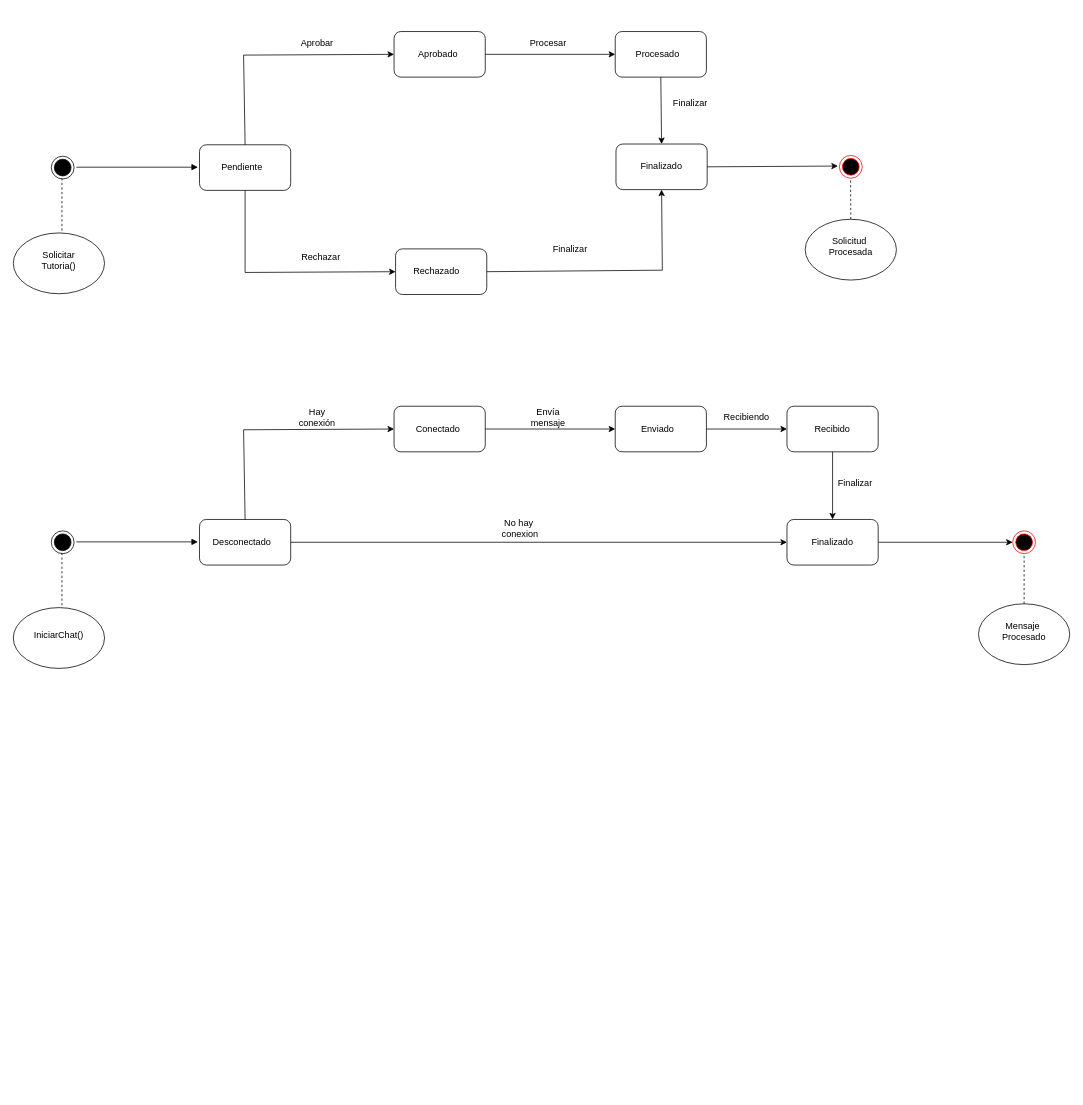
Earlier version of the draw.io diagram DIAGRAMA DE ESTADO!.drawio (TP-SE1/TP_SOS-UC). Source tidied: cells renumbered, new cells numbered last; positions are measured from the earlier drawing's top-left corner, leaving out a move shared by most shapes. Both pictures are drawn from the tidied source at 76%, with x=0, y=0 at pixel (13, 31).
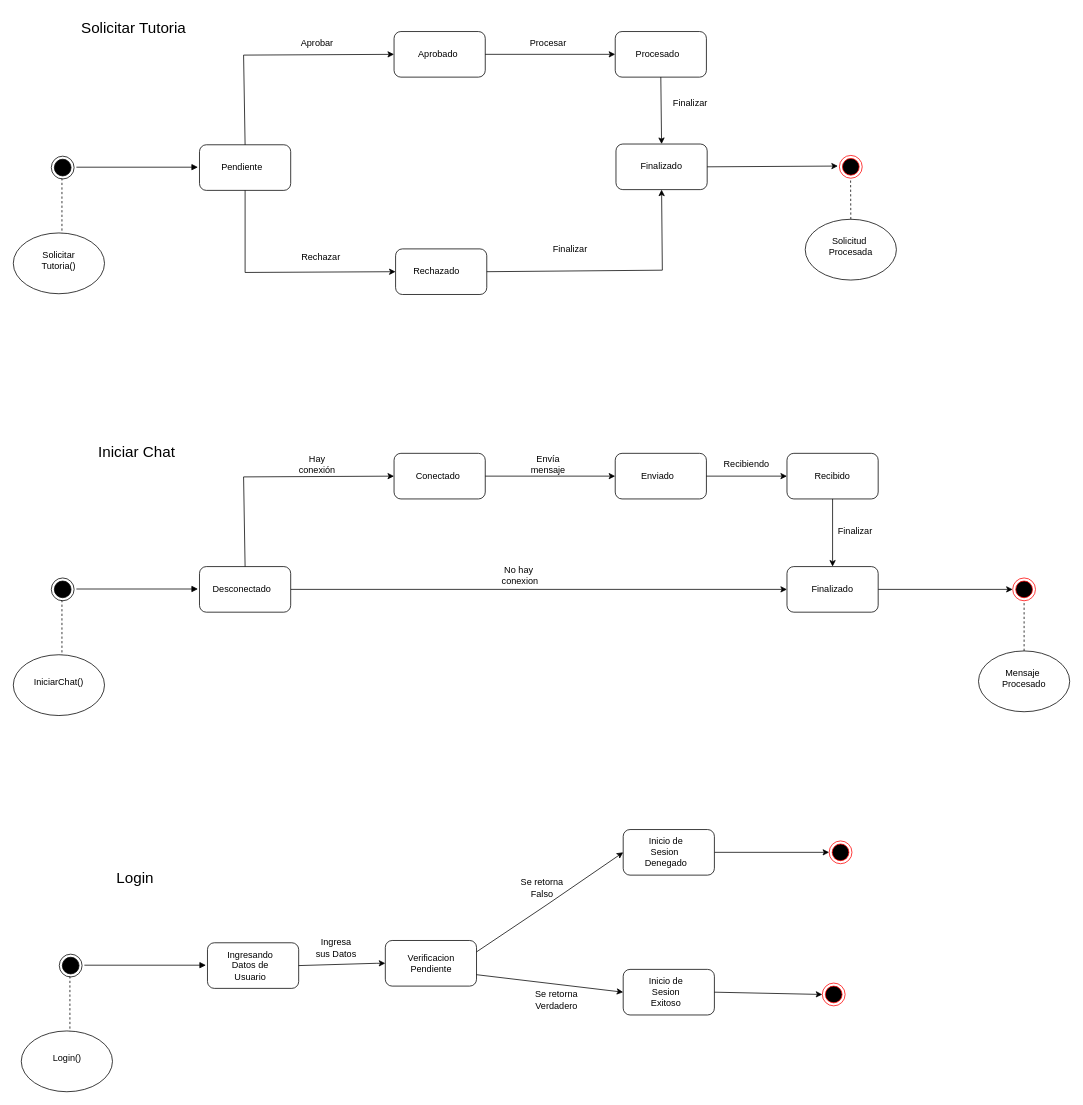
The same diagram, later.

Change to the diagram source:
```diff
@@
     <mxCell id="33" style="rounded=1;whiteSpace=wrap;html=1;" parent="1" vertex="1">
-      <mxGeometry x="245" y="642" width="120" height="60" as="geometry" />
+      <mxGeometry x="245" y="704" width="120" height="60" as="geometry" />
     </mxCell>
     <mxCell id="34" style="endArrow=none;dashed=1;html=1;rounded=0;" parent="1" edge="1">
       <mxGeometry relative="1" as="geometry">
-        <mxPoint x="64" y="761" as="sourcePoint" />
-        <mxPoint x="64" y="683" as="targetPoint" />
+        <mxPoint x="64" y="823" as="sourcePoint" />
+        <mxPoint x="64" y="745" as="targetPoint" />
       </mxGeometry>
     </mxCell>
     <mxCell id="35" style="ellipse;whiteSpace=wrap;html=1;" parent="1" vertex="1">
-      <mxGeometry y="758" width="120" height="80" as="geometry" />
+      <mxGeometry y="820" width="120" height="80" as="geometry" />
     </mxCell>
     <mxCell id="36" value="IniciarChat()" style="text;html=1;strokeColor=none;fillColor=none;align=center;verticalAlign=middle;whiteSpace=wrap;rounded=0;" parent="1" vertex="1">
-      <mxGeometry x="30" y="779" width="60" height="30" as="geometry" />
+      <mxGeometry x="30" y="841" width="60" height="30" as="geometry" />
     </mxCell>
     <mxCell id="37" style="ellipse;html=1;shape=endState;fillColor=#000000;strokeColor=#000000;" parent="1" vertex="1">
-      <mxGeometry x="50" y="657" width="30" height="30" as="geometry" />
+      <mxGeometry x="50" y="719" width="30" height="30" as="geometry" />
     </mxCell>
     <mxCell id="38" style="endArrow=block;endFill=1;html=1;edgeStyle=orthogonalEdgeStyle;align=left;verticalAlign=top;rounded=0;" parent="1" edge="1">
       <mxGeometry x="-1" relative="1" as="geometry">
-        <mxPoint x="83" y="671.5" as="sourcePoint" />
-        <mxPoint x="243" y="671.5" as="targetPoint" />
+        <mxPoint x="83" y="733.5" as="sourcePoint" />
+        <mxPoint x="243" y="733.5" as="targetPoint" />
       </mxGeometry>
     </mxCell>
     <mxCell id="39" value="Desconectado" style="text;html=1;strokeColor=none;fillColor=none;align=center;verticalAlign=middle;whiteSpace=wrap;rounded=0;" parent="1" vertex="1">
-      <mxGeometry x="271" y="657" width="60" height="30" as="geometry" />
+      <mxGeometry x="271" y="719" width="60" height="30" as="geometry" />
     </mxCell>
     <mxCell id="40" style="rounded=1;whiteSpace=wrap;html=1;" parent="1" vertex="1">
-      <mxGeometry x="501" y="493" width="120" height="60" as="geometry" />
+      <mxGeometry x="501" y="555" width="120" height="60" as="geometry" />
     </mxCell>
     <mxCell id="41" style="endArrow=classic;html=1;rounded=0;exitX=0.5;exitY=0;exitDx=0;exitDy=0;entryX=0;entryY=0.5;entryDx=0;entryDy=0;" parent="1" edge="1" source="33" target="40">
       <mxGeometry relative="1" as="geometry">
         <Array as="points">
-          <mxPoint x="303" y="524" />
+          <mxPoint x="303" y="586" />
         </Array>
       </mxGeometry>
     </mxCell>
     <mxCell id="42" value="Hay conexión" style="text;html=1;strokeColor=none;fillColor=none;align=center;verticalAlign=middle;whiteSpace=wrap;rounded=0;" parent="1" vertex="1">
-      <mxGeometry x="370" y="493" width="60" height="30" as="geometry" />
+      <mxGeometry x="370" y="555" width="60" height="30" as="geometry" />
     </mxCell>
     <mxCell id="43" value="No hay&amp;nbsp;&lt;br&gt;conexion" style="text;html=1;strokeColor=none;fillColor=none;align=center;verticalAlign=middle;whiteSpace=wrap;rounded=0;" parent="1" vertex="1">
-      <mxGeometry x="637" y="639" width="60" height="30" as="geometry" />
+      <mxGeometry x="637" y="701" width="60" height="30" as="geometry" />
     </mxCell>
     <mxCell id="44" value="Conectado" style="text;html=1;strokeColor=none;fillColor=none;align=center;verticalAlign=middle;whiteSpace=wrap;rounded=0;" parent="1" vertex="1">
-      <mxGeometry x="529" y="508" width="60" height="30" as="geometry" />
+      <mxGeometry x="529" y="570" width="60" height="30" as="geometry" />
     </mxCell>
     <mxCell id="45" style="rounded=1;whiteSpace=wrap;html=1;" parent="1" vertex="1">
-      <mxGeometry x="792" y="493" width="120" height="60" as="geometry" />
+      <mxGeometry x="792" y="555" width="120" height="60" as="geometry" />
     </mxCell>
@@
     <mxCell id="47" value="Enviado" style="text;html=1;strokeColor=none;fillColor=none;align=center;verticalAlign=middle;whiteSpace=wrap;rounded=0;" parent="1" vertex="1">
-      <mxGeometry x="818" y="508" width="60" height="30" as="geometry" />
+      <mxGeometry x="818" y="570" width="60" height="30" as="geometry" />
     </mxCell>
     <mxCell id="48" style="rounded=1;whiteSpace=wrap;html=1;" parent="1" vertex="1">
-      <mxGeometry x="1018" y="493" width="120" height="60" as="geometry" />
+      <mxGeometry x="1018" y="555" width="120" height="60" as="geometry" />
     </mxCell>
@@
     <mxCell id="50" value="Recibido" style="text;html=1;strokeColor=none;fillColor=none;align=center;verticalAlign=middle;whiteSpace=wrap;rounded=0;" parent="1" vertex="1">
-      <mxGeometry x="1048" y="508" width="60" height="30" as="geometry" />
+      <mxGeometry x="1048" y="570" width="60" height="30" as="geometry" />
     </mxCell>
     <mxCell id="51" value="Recibiendo" style="text;html=1;strokeColor=none;fillColor=none;align=center;verticalAlign=middle;whiteSpace=wrap;rounded=0;" parent="1" vertex="1">
-      <mxGeometry x="935" y="493" width="60" height="30" as="geometry" />
+      <mxGeometry x="935" y="555" width="60" height="30" as="geometry" />
     </mxCell>
     <mxCell id="52" value="Envía mensaje" style="text;html=1;strokeColor=none;fillColor=none;align=center;verticalAlign=middle;whiteSpace=wrap;rounded=0;" parent="1" vertex="1">
-      <mxGeometry x="674" y="493" width="60" height="30" as="geometry" />
+      <mxGeometry x="674" y="555" width="60" height="30" as="geometry" />
     </mxCell>
     <mxCell id="53" value="Finalizar" style="text;html=1;strokeColor=none;fillColor=none;align=center;verticalAlign=middle;whiteSpace=wrap;rounded=0;" parent="1" vertex="1">
-      <mxGeometry x="1078" y="580" width="60" height="30" as="geometry" />
+      <mxGeometry x="1078" y="642" width="60" height="30" as="geometry" />
     </mxCell>
@@
     <mxCell id="56" style="rounded=1;whiteSpace=wrap;html=1;" parent="1" vertex="1">
-      <mxGeometry x="1018" y="642" width="120" height="60" as="geometry" />
+      <mxGeometry x="1018" y="704" width="120" height="60" as="geometry" />
     </mxCell>
     <mxCell id="57" value="Finalizado" style="text;html=1;strokeColor=none;fillColor=none;align=center;verticalAlign=middle;whiteSpace=wrap;rounded=0;" parent="1" vertex="1">
-      <mxGeometry x="1048" y="657" width="60" height="30" as="geometry" />
+      <mxGeometry x="1048" y="719" width="60" height="30" as="geometry" />
     </mxCell>
     <mxCell id="58" style="ellipse;whiteSpace=wrap;html=1;" parent="1" vertex="1">
-      <mxGeometry x="1270" y="753" width="120" height="80" as="geometry" />
+      <mxGeometry x="1270" y="815" width="120" height="80" as="geometry" />
     </mxCell>
     <mxCell id="59" style="ellipse;html=1;shape=endState;fillColor=#000000;strokeColor=#ff0000;" parent="1" vertex="1">
-      <mxGeometry x="1315" y="657" width="30" height="30" as="geometry" />
+      <mxGeometry x="1315" y="719" width="30" height="30" as="geometry" />
     </mxCell>
     <mxCell id="60" style="endArrow=none;dashed=1;html=1;rounded=0;entryX=0.5;entryY=1;entryDx=0;entryDy=0;" parent="1" edge="1" target="59">
       <mxGeometry relative="1" as="geometry">
-        <mxPoint x="1330" y="753" as="sourcePoint" />
+        <mxPoint x="1330" y="815" as="sourcePoint" />
       </mxGeometry>
     </mxCell>
     <mxCell id="61" value="Mensaje&amp;nbsp;&lt;br&gt;Procesado" style="text;html=1;strokeColor=none;fillColor=none;align=center;verticalAlign=middle;whiteSpace=wrap;rounded=0;" parent="1" vertex="1">
-      <mxGeometry x="1300" y="774" width="60" height="30" as="geometry" />
+      <mxGeometry x="1300" y="836" width="60" height="30" as="geometry" />
     </mxCell>
+    <mxCell id="62" style="rounded=1;whiteSpace=wrap;html=1;" parent="1" vertex="1">
+      <mxGeometry x="255.5" y="1199" width="120" height="60" as="geometry" />
+    </mxCell>
+    <mxCell id="63" style="endArrow=none;dashed=1;html=1;rounded=0;" parent="1" edge="1">
+      <mxGeometry relative="1" as="geometry">
+        <mxPoint x="74.5" y="1318" as="sourcePoint" />
+        <mxPoint x="74.5" y="1240" as="targetPoint" />
+      </mxGeometry>
+    </mxCell>
+    <mxCell id="64" style="ellipse;whiteSpace=wrap;html=1;" parent="1" vertex="1">
+      <mxGeometry x="10.5" y="1315" width="120" height="80" as="geometry" />
+    </mxCell>
+    <mxCell id="65" value="Login()" style="text;html=1;strokeColor=none;fillColor=none;align=center;verticalAlign=middle;whiteSpace=wrap;rounded=0;" parent="1" vertex="1">
+      <mxGeometry x="40.5" y="1336" width="60" height="30" as="geometry" />
+    </mxCell>
+    <mxCell id="66" style="ellipse;html=1;shape=endState;fillColor=#000000;strokeColor=#000000;" parent="1" vertex="1">
+      <mxGeometry x="60.5" y="1214" width="30" height="30" as="geometry" />
+    </mxCell>
+    <mxCell id="67" style="endArrow=block;endFill=1;html=1;edgeStyle=orthogonalEdgeStyle;align=left;verticalAlign=top;rounded=0;" parent="1" edge="1">
+      <mxGeometry x="-1" relative="1" as="geometry">
+        <mxPoint x="93.5" y="1228.5" as="sourcePoint" />
+        <mxPoint x="253.5" y="1228.5" as="targetPoint" />
+      </mxGeometry>
+    </mxCell>
+    <mxCell id="68" value="Ingresando Datos de Usuario" style="text;html=1;strokeColor=none;fillColor=none;align=center;verticalAlign=middle;whiteSpace=wrap;rounded=0;" parent="1" vertex="1">
+      <mxGeometry x="281.5" y="1214" width="60" height="30" as="geometry" />
+    </mxCell>
+    <mxCell id="69" style="rounded=1;whiteSpace=wrap;html=1;" parent="1" vertex="1">
+      <mxGeometry x="489.5" y="1196" width="120" height="60" as="geometry" />
+    </mxCell>
+    <mxCell id="70" style="endArrow=classic;html=1;rounded=0;exitX=1;exitY=0.5;exitDx=0;exitDy=0;entryX=0;entryY=0.5;entryDx=0;entryDy=0;" parent="1" edge="1" source="62" target="69">
+      <mxGeometry relative="1" as="geometry">
+        <Array as="points">
+          <mxPoint x="477.5" y="1226" />
+        </Array>
+      </mxGeometry>
+    </mxCell>
+    <mxCell id="71" value="Ingresa sus Datos" style="text;html=1;strokeColor=none;fillColor=none;align=center;verticalAlign=middle;whiteSpace=wrap;rounded=0;" parent="1" vertex="1">
+      <mxGeometry x="394.5" y="1191" width="60" height="30" as="geometry" />
+    </mxCell>
+    <mxCell id="72" value="Verificacion Pendiente" style="text;html=1;strokeColor=none;fillColor=none;align=center;verticalAlign=middle;whiteSpace=wrap;rounded=0;" parent="1" vertex="1">
+      <mxGeometry x="519.5" y="1211" width="60" height="30" as="geometry" />
+    </mxCell>
+    <mxCell id="73" style="edgeStyle=orthogonalEdgeStyle;rounded=0;jettySize=auto;html=1;exitX=1;exitY=0.5;exitDx=0;exitDy=0;entryX=0;entryY=0.5;entryDx=0;entryDy=0;" parent="1" edge="1" source="74" target="82">
+      <mxGeometry relative="1" as="geometry" />
+    </mxCell>
+    <mxCell id="74" style="rounded=1;whiteSpace=wrap;html=1;" parent="1" vertex="1">
+      <mxGeometry x="802.5" y="1050" width="120" height="60" as="geometry" />
+    </mxCell>
+    <mxCell id="75" style="endArrow=classic;html=1;rounded=0;exitX=1;exitY=0.25;exitDx=0;exitDy=0;entryX=0;entryY=0.5;entryDx=0;entryDy=0;" parent="1" edge="1" source="69" target="74">
+      <mxGeometry relative="1" as="geometry">
+        <Array as="points">
+          <mxPoint x="703.5" y="1148" />
+        </Array>
+      </mxGeometry>
+    </mxCell>
+    <mxCell id="76" value="Inicio de Sesion&amp;nbsp; Denegado" style="text;html=1;strokeColor=none;fillColor=none;align=center;verticalAlign=middle;whiteSpace=wrap;rounded=0;" parent="1" vertex="1">
+      <mxGeometry x="828.5" y="1065" width="60" height="30" as="geometry" />
+    </mxCell>
+    <mxCell id="77" style="rounded=1;whiteSpace=wrap;html=1;" parent="1" vertex="1">
+      <mxGeometry x="802.5" y="1234" width="120" height="60" as="geometry" />
+    </mxCell>
+    <mxCell id="78" style="endArrow=classic;html=1;rounded=0;exitX=1;exitY=0.75;exitDx=0;exitDy=0;entryX=0;entryY=0.5;entryDx=0;entryDy=0;" parent="1" edge="1" source="69" target="77">
+      <mxGeometry relative="1" as="geometry" />
+    </mxCell>
+    <mxCell id="79" value="Se retorna Falso" style="text;html=1;strokeColor=none;fillColor=none;align=center;verticalAlign=middle;whiteSpace=wrap;rounded=0;" parent="1" vertex="1">
+      <mxGeometry x="665.5" y="1112" width="60" height="30" as="geometry" />
+    </mxCell>
+    <mxCell id="80" value="Inicio de Sesion Exitoso" style="text;html=1;strokeColor=none;fillColor=none;align=center;verticalAlign=middle;whiteSpace=wrap;rounded=0;" parent="1" vertex="1">
+      <mxGeometry x="828.5" y="1249" width="60" height="30" as="geometry" />
+    </mxCell>
+    <mxCell id="81" style="endArrow=classic;html=1;rounded=0;exitX=1;exitY=0.5;exitDx=0;exitDy=0;entryX=0;entryY=0.5;entryDx=0;entryDy=0;" parent="1" edge="1" source="77" target="84">
+      <mxGeometry relative="1" as="geometry" />
+    </mxCell>
+    <mxCell id="82" style="ellipse;html=1;shape=endState;fillColor=#000000;strokeColor=#ff0000;" parent="1" vertex="1">
+      <mxGeometry x="1073.5" y="1065" width="30" height="30" as="geometry" />
+    </mxCell>
+    <mxCell id="83" value="Se retorna Verdadero" style="text;html=1;strokeColor=none;fillColor=none;align=center;verticalAlign=middle;whiteSpace=wrap;rounded=0;" parent="1" vertex="1">
+      <mxGeometry x="684.5" y="1259" width="60" height="30" as="geometry" />
+    </mxCell>
+    <mxCell id="84" style="ellipse;html=1;shape=endState;fillColor=#000000;strokeColor=#ff0000;" parent="1" vertex="1">
+      <mxGeometry x="1064.5" y="1252" width="30" height="30" as="geometry" />
+    </mxCell>
+    <mxCell id="85" value="Solicitar Tutoria" style="text;html=1;align=center;verticalAlign=middle;strokeColor=none;fillColor=none;fontSize=20;" parent="1" vertex="1">
+      <mxGeometry x="80" y="-24" width="156" height="36" as="geometry" />
+    </mxCell>
+    <mxCell id="86" value="Iniciar Chat" style="text;html=1;align=center;verticalAlign=middle;strokeColor=none;fillColor=none;fontSize=20;" parent="1" vertex="1">
+      <mxGeometry x="102" y="534" width="119" height="36" as="geometry" />
+    </mxCell>
+    <mxCell id="87" value="Login" style="text;html=1;align=center;verticalAlign=middle;strokeColor=none;fillColor=none;fontSize=20;" parent="1" vertex="1">
+      <mxGeometry x="126" y="1095" width="67" height="36" as="geometry" />
+    </mxCell>
```
